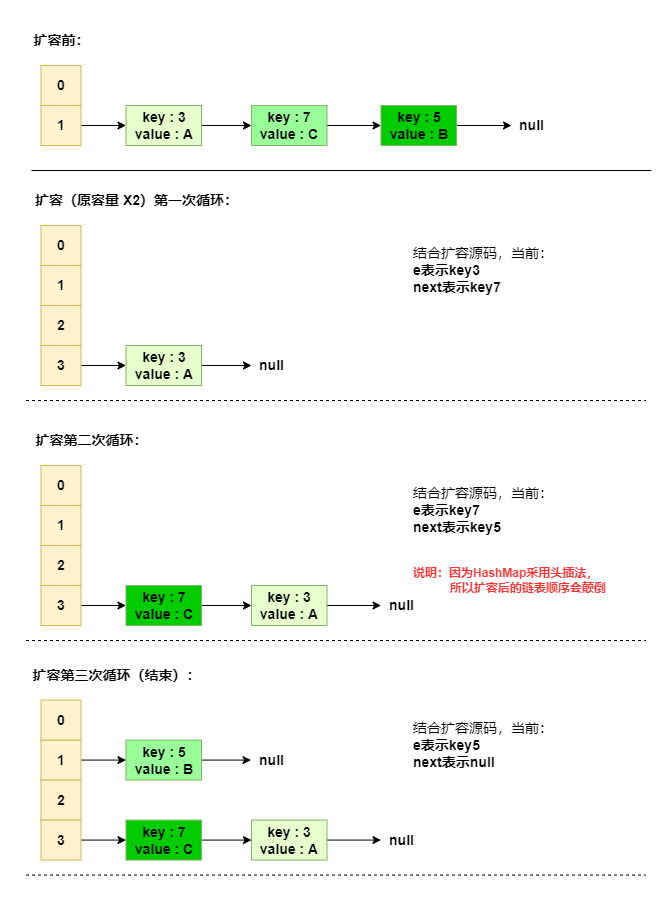
Before: JavaLearning/Java相关/Java基础等/集合/ConcurrentHashMap详解（JDK1.7和JDK1.8）/HashMap死循环演示-单线程.png, a diagram exported from draw.io (XieRuhua/images). Source tidied: cells renumbered, new cells last; positions are measured from the earlier drawing's top-left corner, leaving out a move shared by most shapes.
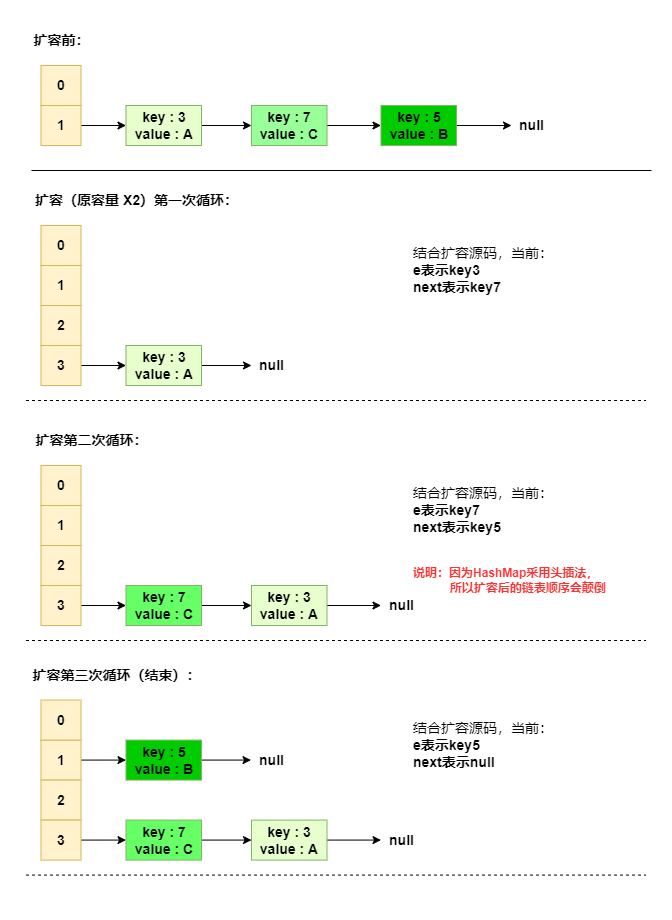
Above is the later version.

Diff of the diagram source:
```diff
@@ -127,7 +127,7 @@
     <mxCell id="38" style="edgeStyle=orthogonalEdgeStyle;rounded=0;jettySize=auto;html=1;exitX=1;exitY=0.5;exitDx=0;exitDy=0;fontSize=10;fontColor=#FF3333;" parent="1" edge="1" source="39" target="34">
       <mxGeometry relative="1" as="geometry" />
     </mxCell>
-    <mxCell id="39" value="key : 7&lt;br&gt;value : C" style="rounded=0;whiteSpace=wrap;html=1;fontStyle=1;fillColor=#00CC00;strokeColor=#82b366;fontSize=14;" parent="1" vertex="1">
+    <mxCell id="39" value="key : 7&lt;br&gt;value : C" style="rounded=0;whiteSpace=wrap;html=1;fontStyle=1;fillColor=#66FF66;strokeColor=#82b366;fontSize=14;" parent="1" vertex="1">
       <mxGeometry x="126.5" y="585" width="75.5" height="40" as="geometry" />
     </mxCell>
     <mxCell id="40" value="扩容第三次循环（结束）：" style="text;html=1;align=center;verticalAlign=middle;strokeColor=none;fillColor=none;fontSize=14;fontStyle=1;" parent="1" vertex="1">
@@ -172,13 +172,13 @@
     <mxCell id="52" style="edgeStyle=orthogonalEdgeStyle;rounded=0;jettySize=auto;html=1;exitX=1;exitY=0.5;exitDx=0;exitDy=0;fontSize=10;fontColor=#FF3333;" parent="1" edge="1" source="53" target="49">
       <mxGeometry relative="1" as="geometry" />
     </mxCell>
-    <mxCell id="53" value="key : 7&lt;br&gt;value : C" style="rounded=0;whiteSpace=wrap;html=1;fontStyle=1;fillColor=#00CC00;strokeColor=#82b366;fontSize=14;" parent="1" vertex="1">
+    <mxCell id="53" value="key : 7&lt;br&gt;value : C" style="rounded=0;whiteSpace=wrap;html=1;fontStyle=1;fillColor=#66FF66;strokeColor=#82b366;fontSize=14;" parent="1" vertex="1">
       <mxGeometry x="126.5" y="819.6" width="75.5" height="40" as="geometry" />
     </mxCell>
     <mxCell id="54" style="edgeStyle=orthogonalEdgeStyle;rounded=0;jettySize=auto;html=1;exitX=1;exitY=0.5;exitDx=0;exitDy=0;fontSize=10;fontColor=#FF3333;" parent="1" edge="1" source="55" target="56">
       <mxGeometry relative="1" as="geometry" />
     </mxCell>
-    <mxCell id="55" value="key : 5&lt;br&gt;value : B" style="rounded=0;whiteSpace=wrap;html=1;fontStyle=1;fillColor=#99FF99;strokeColor=#82b366;fontSize=14;" parent="1" vertex="1">
+    <mxCell id="55" value="key : 5&lt;br&gt;value : B" style="rounded=0;whiteSpace=wrap;html=1;fontStyle=1;fillColor=#00CC00;strokeColor=#82b366;fontSize=14;" parent="1" vertex="1">
       <mxGeometry x="126.5" y="739.6" width="75.5" height="40" as="geometry" />
     </mxCell>
     <mxCell id="56" value="null" style="text;html=1;align=center;verticalAlign=middle;points=[];strokeColor=none;fillColor=none;fontSize=14;fontStyle=1;" parent="1" vertex="1">
```
